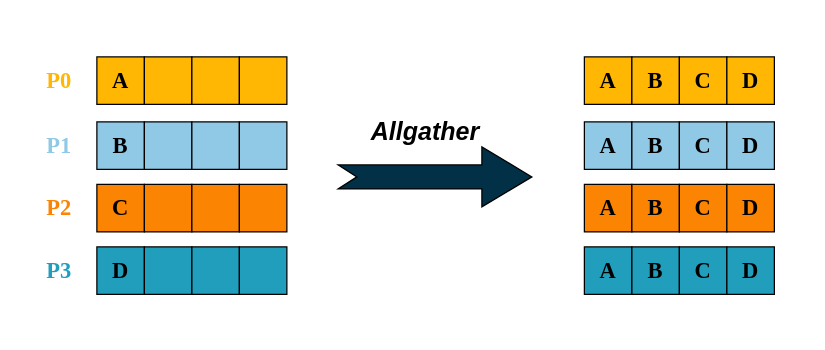
This is drawio/ch-mpi/allgather.drawio from godaai/scale-py-zh, a draw.io file, before an edit. Source tidied: cells renumbered, new cells numbered last; positions are measured from the earlier drawing's top-left corner, leaving out a move shared by most shapes. Both pictures are drawn from the tidied source at 125%, with x=0, y=0 at pixel (21, 21).
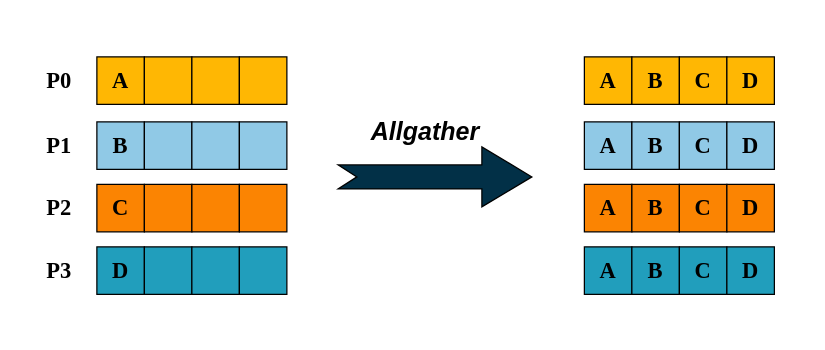
The same page after the edit.

The edit, as a diff of the source:
```diff
@@
-    <mxCell id="3" value="&lt;font color=&quot;#ffb703&quot; style=&quot;font-size: 18px;&quot; face=&quot;Times New Roman&quot;&gt;&lt;b&gt;P0&lt;/b&gt;&lt;/font&gt;" style="text;html=1;strokeColor=none;fillColor=none;align=center;verticalAlign=middle;whiteSpace=wrap;rounded=0;" parent="1" vertex="1">
+    <mxCell id="3" value="&lt;font style=&quot;font-size: 18px;&quot; face=&quot;Times New Roman&quot;&gt;&lt;b&gt;P0&lt;/b&gt;&lt;/font&gt;" style="text;html=1;strokeColor=none;fillColor=none;align=center;verticalAlign=middle;whiteSpace=wrap;rounded=0;fontColor=default;" parent="1" vertex="1">
       <mxGeometry y="32" width="60" height="30" as="geometry" />
     </mxCell>
-    <mxCell id="4" value="&lt;font color=&quot;#90c9e6&quot; style=&quot;font-size: 18px;&quot; face=&quot;Times New Roman&quot;&gt;&lt;b&gt;P1&lt;/b&gt;&lt;/font&gt;" style="text;html=1;strokeColor=none;fillColor=none;align=center;verticalAlign=middle;whiteSpace=wrap;rounded=0;" parent="1" vertex="1">
+    <mxCell id="4" value="&lt;font style=&quot;font-size: 18px;&quot; face=&quot;Times New Roman&quot;&gt;&lt;b&gt;P1&lt;/b&gt;&lt;/font&gt;" style="text;html=1;strokeColor=none;fillColor=none;align=center;verticalAlign=middle;whiteSpace=wrap;rounded=0;fontColor=default;" parent="1" vertex="1">
       <mxGeometry y="84" width="60" height="30" as="geometry" />
     </mxCell>
-    <mxCell id="5" value="&lt;font color=&quot;#fb8402&quot; style=&quot;font-size: 18px;&quot; face=&quot;Times New Roman&quot;&gt;&lt;b&gt;P2&lt;/b&gt;&lt;/font&gt;" style="text;html=1;strokeColor=none;fillColor=none;align=center;verticalAlign=middle;whiteSpace=wrap;rounded=0;" parent="1" vertex="1">
+    <mxCell id="5" value="&lt;font style=&quot;font-size: 18px;&quot; face=&quot;Times New Roman&quot;&gt;&lt;b&gt;P2&lt;/b&gt;&lt;/font&gt;" style="text;html=1;strokeColor=none;fillColor=none;align=center;verticalAlign=middle;whiteSpace=wrap;rounded=0;fontColor=default;" parent="1" vertex="1">
       <mxGeometry y="134" width="60" height="30" as="geometry" />
     </mxCell>
-    <mxCell id="6" value="&lt;font color=&quot;#219ebc&quot; style=&quot;font-size: 18px;&quot; face=&quot;Times New Roman&quot;&gt;&lt;b&gt;P3&lt;/b&gt;&lt;/font&gt;" style="text;html=1;strokeColor=none;fillColor=none;align=center;verticalAlign=middle;whiteSpace=wrap;rounded=0;" parent="1" vertex="1">
+    <mxCell id="6" value="&lt;font style=&quot;font-size: 18px;&quot; face=&quot;Times New Roman&quot;&gt;&lt;b&gt;P3&lt;/b&gt;&lt;/font&gt;" style="text;html=1;strokeColor=none;fillColor=none;align=center;verticalAlign=middle;whiteSpace=wrap;rounded=0;fontColor=default;" parent="1" vertex="1">
       <mxGeometry y="184" width="60" height="30" as="geometry" />
     </mxCell>
@@
-    <mxCell id="8" value="&lt;font style=&quot;font-size: 20px;&quot;&gt;&lt;b style=&quot;&quot;&gt;&lt;i style=&quot;&quot;&gt;Allgather&lt;/i&gt;&lt;/b&gt;&lt;/font&gt;" style="text;html=1;strokeColor=none;fillColor=none;align=center;verticalAlign=middle;whiteSpace=wrap;rounded=0;" parent="1" vertex="1">
+    <mxCell id="8" value="&lt;font style=&quot;font-size: 20px;&quot;&gt;&lt;b style=&quot;&quot;&gt;&lt;i&gt;Allgather&lt;/i&gt;&lt;/b&gt;&lt;/font&gt;" style="text;html=1;strokeColor=none;fillColor=none;align=center;verticalAlign=middle;whiteSpace=wrap;rounded=0;" parent="1" vertex="1">
       <mxGeometry x="256" y="72" width="134" height="30" as="geometry" />
     </mxCell>
```
